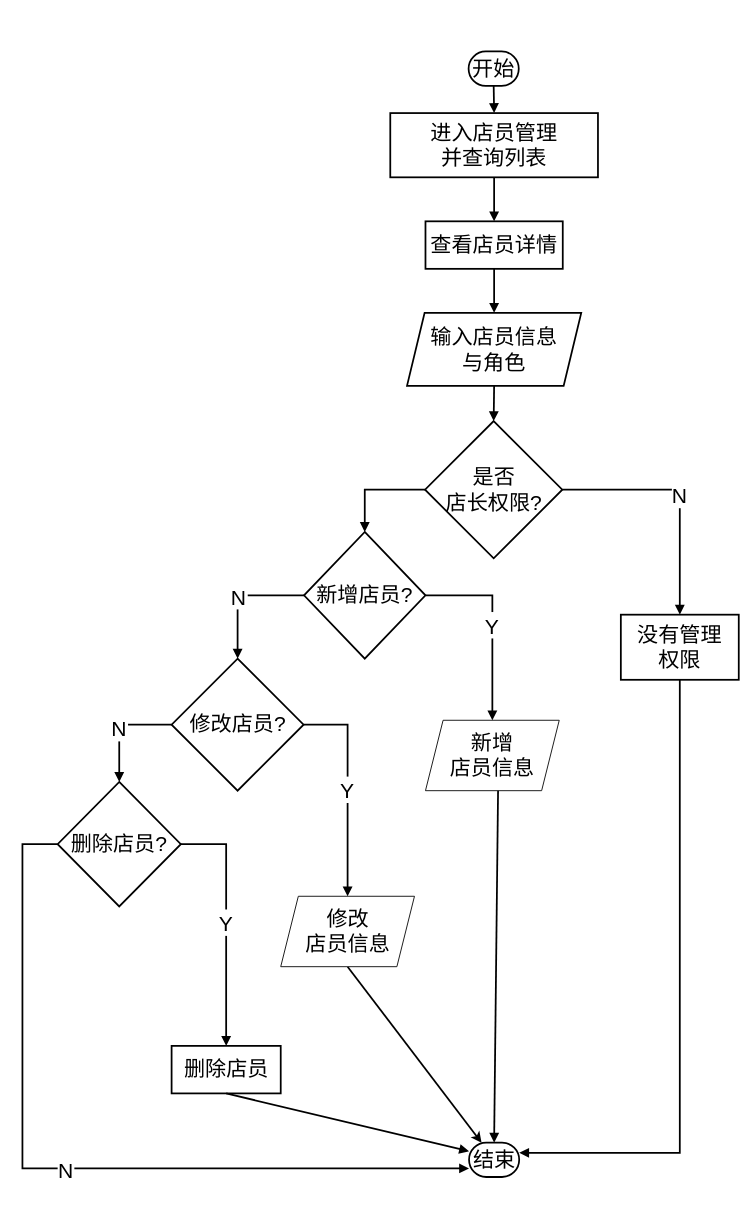
Above: 店员信息管理功能流程图.drawio in LichCarlos/darwIo (draw.io), before the change. Source tidied: cells renumbered, new cells numbered last; positions are measured from the earlier drawing's top-left corner, leaving out a move shared by most shapes. Both pictures are drawn from the tidied source at 88%, with x=0, y=0 at pixel (22, 51).
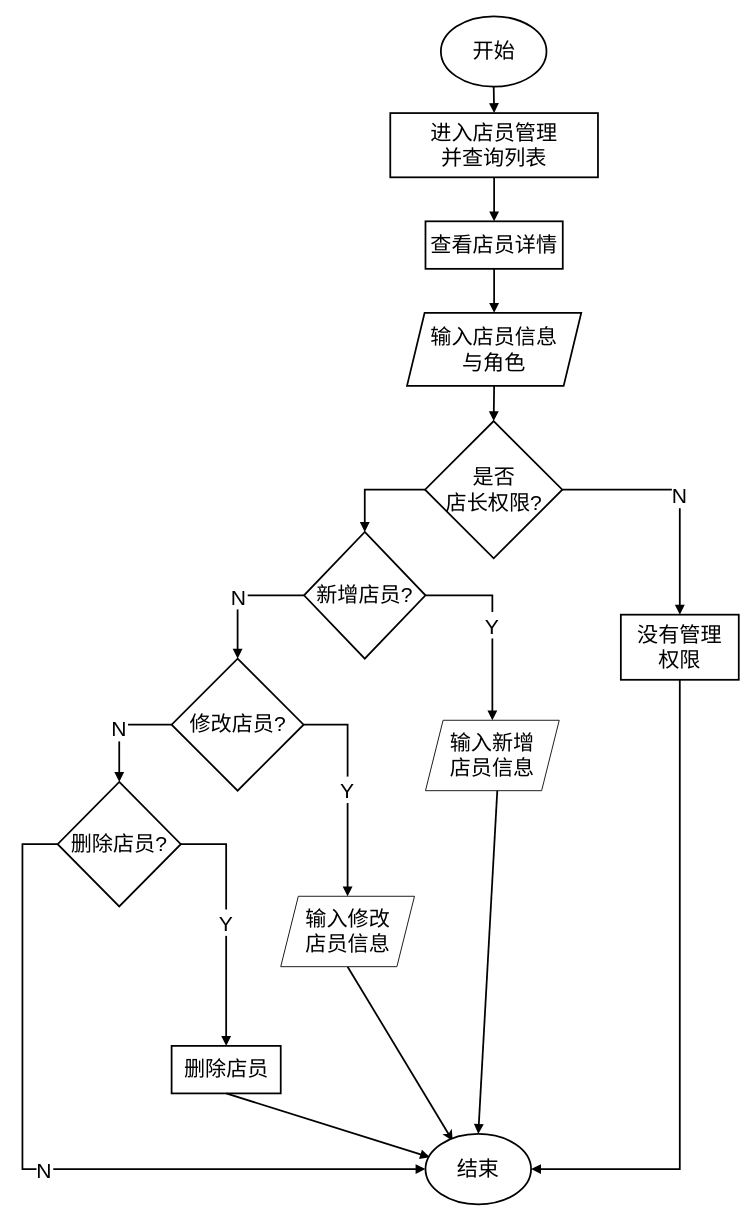
The same page after the edit.

Commit message:
更新店员信息管理功能流程图.drawio

Unchanged cells that the change refers to:
```xml
<mxCell id="6" value="进入店员管理&#10;并查询列表" style="whiteSpace=wrap;strokeWidth=2;fontSize=24;" parent="1" vertex="1">
  <mxGeometry x="418" y="70" width="236" height="73" as="geometry" />
</mxCell>
<mxCell id="11" value="删除店员?" style="rhombus;strokeWidth=2;whiteSpace=wrap;fontSize=24;" parent="1" vertex="1">
  <mxGeometry x="40" y="830" width="140" height="141.5" as="geometry" />
</mxCell>
<mxCell id="14" value="删除店员" style="whiteSpace=wrap;strokeWidth=2;fontSize=24;" parent="1" vertex="1">
  <mxGeometry x="169.5" y="1130" width="124" height="54" as="geometry" />
</mxCell>
<mxCell id="15" value="没有管理&#10;权限" style="whiteSpace=wrap;strokeWidth=2;fontSize=24;" parent="1" vertex="1">
  <mxGeometry x="680" y="640" width="134" height="74" as="geometry" />
</mxCell>
```

Diff of the diagram source:
```diff
@@
-    <mxCell id="5" value="开始" style="rounded=1;whiteSpace=wrap;arcSize=50;strokeWidth=2;fontSize=24;" parent="1" vertex="1">
-      <mxGeometry x="507" width="57" height="39" as="geometry" />
-    </mxCell>
@@
-    <mxCell id="12" value="结束" style="rounded=1;whiteSpace=wrap;arcSize=50;strokeWidth=2;fontSize=24;" parent="1" vertex="1">
-      <mxGeometry x="507.5" y="1240" width="57" height="39" as="geometry" />
-    </mxCell>
@@
-    <mxCell id="16" style="curved=1;startArrow=none;endArrow=block;strokeWidth=2;exitX=0.5;exitY=1;entryX=0.5;entryY=0;rounded=0;fontSize=24;" parent="1" edge="1" source="5" target="6">
-      <mxGeometry relative="1" as="geometry" />
+    <mxCell id="16" style="curved=1;startArrow=none;endArrow=block;strokeWidth=2;exitX=0.5;exitY=1;entryX=0.5;entryY=0;rounded=0;fontSize=24;" parent="1" edge="1" target="6">
+      <mxGeometry relative="1" as="geometry">
+        <mxPoint x="535.5" y="39" as="sourcePoint" />
+      </mxGeometry>
     </mxCell>
@@
-    <mxCell id="25" value="N" style="startArrow=none;endArrow=block;strokeWidth=2;exitX=0;exitY=0.5;entryX=0;entryY=0.75;rounded=0;fontSize=24;exitDx=0;exitDy=0;edgeStyle=orthogonalEdgeStyle;entryDx=0;entryDy=0;" parent="1" edge="1" source="11" target="12">
+    <mxCell id="25" value="N" style="startArrow=none;endArrow=block;strokeWidth=2;exitX=0;exitY=0.5;rounded=0;fontSize=24;exitDx=0;exitDy=0;edgeStyle=orthogonalEdgeStyle;entryX=0;entryY=0.5;entryDx=0;entryDy=0;" parent="1" edge="1" source="11" target="12">
       <mxGeometry relative="1" as="geometry">
         <Array as="points">
           <mxPoint y="901" />
-          <mxPoint y="1269" />
+          <mxPoint y="1270" />
         </Array>
       </mxGeometry>
     </mxCell>
@@
-    <mxCell id="28" style="curved=1;startArrow=none;endArrow=block;strokeWidth=2;exitX=0.5;exitY=0.99;entryX=0;entryY=0.25;rounded=0;fontSize=24;entryDx=0;entryDy=0;" parent="1" edge="1" source="14" target="12">
+    <mxCell id="28" style="curved=1;startArrow=none;endArrow=block;strokeWidth=2;exitX=0.5;exitY=0.99;entryX=0.042;entryY=0.333;rounded=0;fontSize=24;entryDx=0;entryDy=0;entryPerimeter=0;" parent="1" edge="1" source="14" target="12">
       <mxGeometry relative="1" as="geometry" />
     </mxCell>
-    <mxCell id="29" style="startArrow=none;endArrow=block;strokeWidth=2;exitX=0.5;exitY=0.99;entryX=0.99;entryY=0.3;rounded=0;fontSize=24;edgeStyle=orthogonalEdgeStyle;" parent="1" edge="1" source="15" target="12">
+    <mxCell id="29" style="startArrow=none;endArrow=block;strokeWidth=2;exitX=0.5;exitY=0.99;entryX=1;entryY=0.5;rounded=0;fontSize=24;edgeStyle=orthogonalEdgeStyle;entryDx=0;entryDy=0;" parent="1" edge="1" source="15" target="12">
       <mxGeometry relative="1" as="geometry" />
     </mxCell>
@@
-    <mxCell id="31" value="&lt;span style=&quot;font-size: 24px;&quot;&gt;新增&lt;/span&gt;&lt;div&gt;&lt;span style=&quot;font-size: 24px;&quot;&gt;店员信息&lt;/span&gt;&lt;/div&gt;" style="shape=parallelogram;perimeter=parallelogramPerimeter;whiteSpace=wrap;html=1;fixedSize=1;" parent="1" vertex="1">
+    <mxCell id="31" value="&lt;span style=&quot;font-size: 24px;&quot;&gt;输入新增&lt;/span&gt;&lt;div&gt;&lt;span style=&quot;font-size: 24px;&quot;&gt;店员信息&lt;/span&gt;&lt;/div&gt;" style="shape=parallelogram;perimeter=parallelogramPerimeter;whiteSpace=wrap;html=1;fixedSize=1;" parent="1" vertex="1">
       <mxGeometry x="458" y="760" width="152" height="80" as="geometry" />
     </mxCell>
-    <mxCell id="32" style="rounded=0;jettySize=auto;html=1;entryX=0.25;entryY=0;entryDx=0;entryDy=0;exitX=0.5;exitY=1;exitDx=0;exitDy=0;strokeWidth=2;" parent="1" edge="1" source="33" target="12">
+    <mxCell id="32" style="rounded=0;jettySize=auto;html=1;entryX=0.258;entryY=0.1;entryDx=0;entryDy=0;exitX=0.5;exitY=1;exitDx=0;exitDy=0;strokeWidth=2;entryPerimeter=0;" parent="1" edge="1" source="33" target="12">
       <mxGeometry relative="1" as="geometry" />
     </mxCell>
-    <mxCell id="33" value="&lt;span style=&quot;font-size: 24px;&quot;&gt;修改&lt;/span&gt;&lt;br&gt;&lt;div&gt;&lt;span style=&quot;font-size: 24px;&quot;&gt;店员信息&lt;/span&gt;&lt;/div&gt;" style="shape=parallelogram;perimeter=parallelogramPerimeter;whiteSpace=wrap;html=1;fixedSize=1;" parent="1" vertex="1">
+    <mxCell id="33" value="&lt;span style=&quot;font-size: 24px;&quot;&gt;输入修改&lt;/span&gt;&lt;br&gt;&lt;div&gt;&lt;span style=&quot;font-size: 24px; background-color: transparent; color: light-dark(rgb(0, 0, 0), rgb(255, 255, 255));&quot;&gt;店员&lt;/span&gt;&lt;span style=&quot;font-size: 24px;&quot;&gt;信息&lt;/span&gt;&lt;/div&gt;" style="shape=parallelogram;perimeter=parallelogramPerimeter;whiteSpace=wrap;html=1;fixedSize=1;" parent="1" vertex="1">
       <mxGeometry x="293.5" y="960" width="152" height="80" as="geometry" />
     </mxCell>
+    <mxCell id="5" value="开始" style="ellipse;whiteSpace=wrap;html=1;strokeWidth=2;fontSize=24;" parent="1" vertex="1">
+      <mxGeometry x="475.5" y="-40" width="120" height="80" as="geometry" />
+    </mxCell>
+    <mxCell id="12" value="结束" style="ellipse;whiteSpace=wrap;html=1;strokeWidth=2;fontSize=24;" parent="1" vertex="1">
+      <mxGeometry x="458" y="1230" width="120" height="80" as="geometry" />
+    </mxCell>
```
